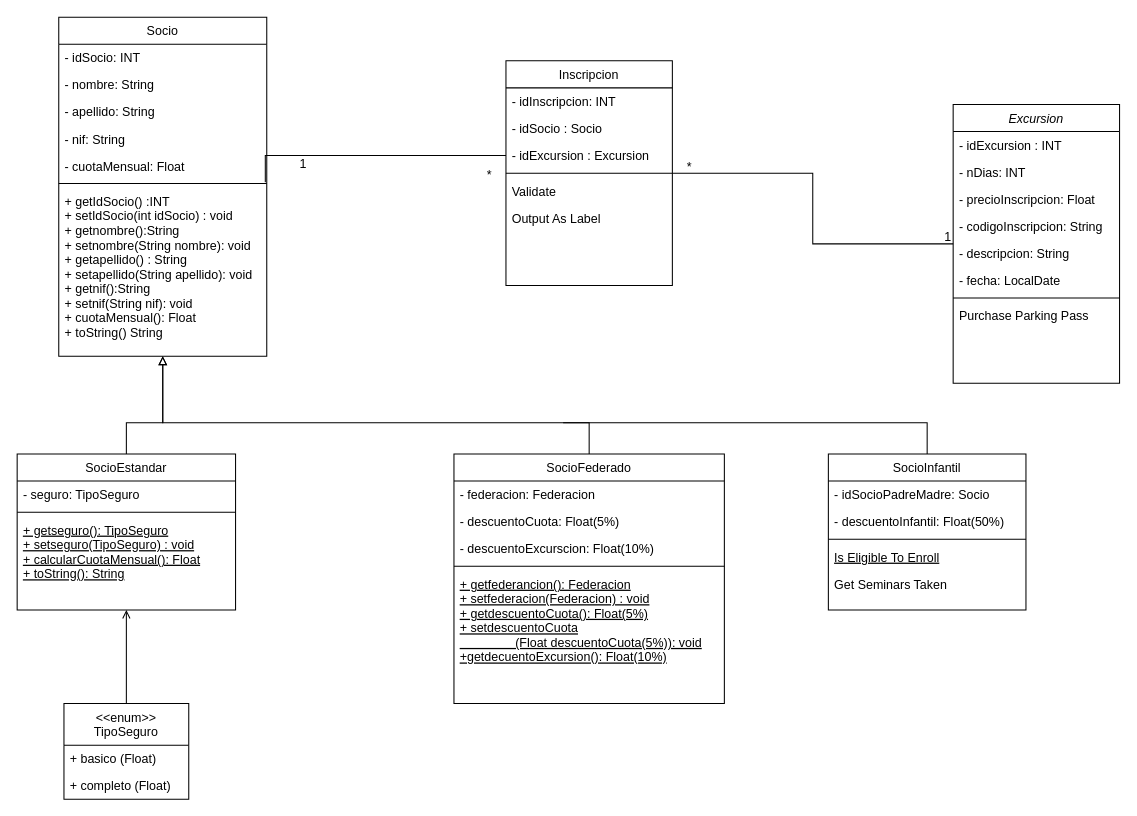
Above: Diagrama -Diego/Diagrama sin título.drawio in dadd86/The-Javengers---IntellJ (draw.io), before the change. Source tidied: cells renumbered, new cells numbered last; positions are measured from the earlier drawing's top-left corner, leaving out a move shared by most shapes. Both pictures are drawn from the tidied source at 104%, with x=0, y=0 at pixel (17, 17).
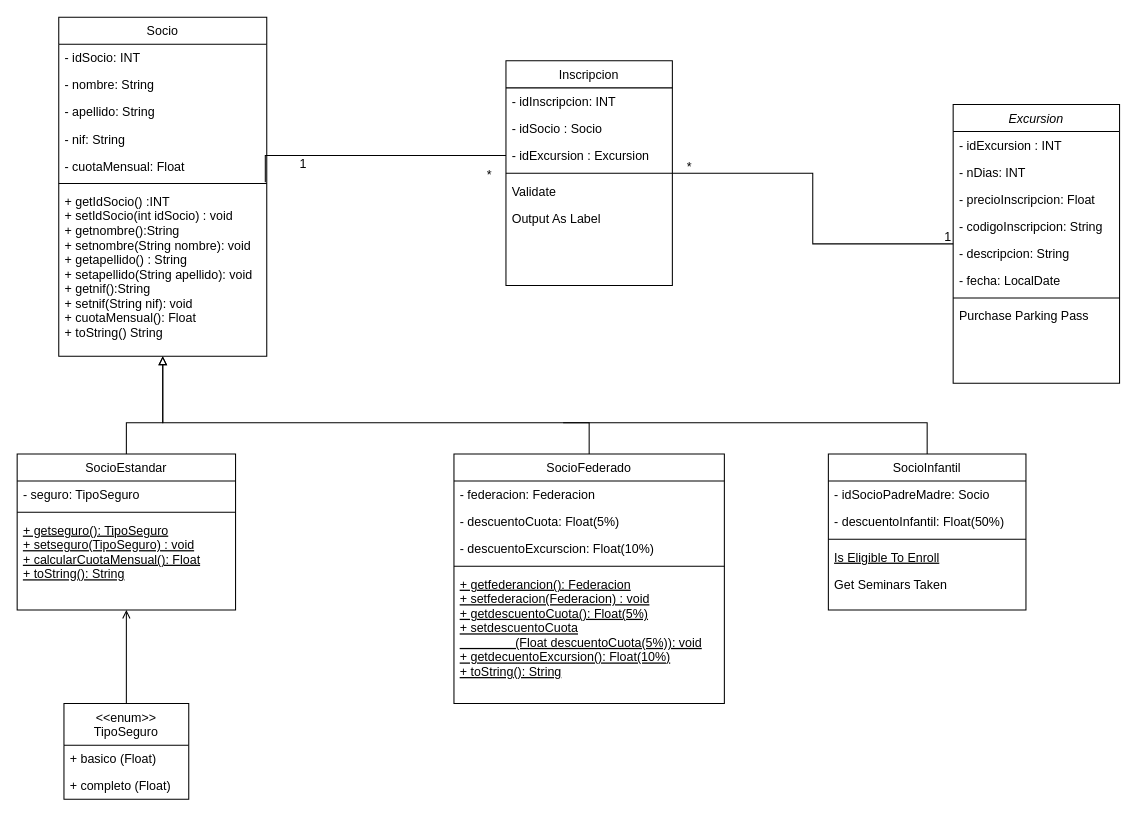
The same page after the edit.

The change refers to these unchanged cells:
```xml
<mxCell id="16" value="SocioFederado" style="swimlane;fontStyle=0;align=center;verticalAlign=top;horizontal=1;startSize=26;rounded=0;shadow=0;strokeWidth=1;" parent="1" vertex="1">
  <mxGeometry x="420" y="420" width="260" height="240" as="geometry" />
</mxCell>
```

What changed in the source:
```diff
@@
-    <mxCell id="21" value="+ getfederancion(): Federacion&#10;+ setfederacion(Federacion) : void&#10;+ getdescuentoCuota(): Float(5%)&#10;+ setdescuentoCuota&#10;                (Float descuentoCuota(5%)): void&#10;+getdecuentoExcursion(): Float(10%)" style="text;align=left;verticalAlign=top;spacingLeft=4;spacingRight=4;overflow=hidden;fontStyle=4;" parent="16" vertex="1">
+    <mxCell id="21" value="+ getfederancion(): Federacion&#10;+ setfederacion(Federacion) : void&#10;+ getdescuentoCuota(): Float(5%)&#10;+ setdescuentoCuota&#10;                (Float descuentoCuota(5%)): void&#10;+ getdecuentoExcursion(): Float(10%)&#10;+ toString(): String&#10;" style="text;align=left;verticalAlign=top;spacingLeft=4;spacingRight=4;overflow=hidden;fontStyle=4;" parent="16" vertex="1">
       <mxGeometry y="112" width="260" height="122" as="geometry" />
     </mxCell>
```
